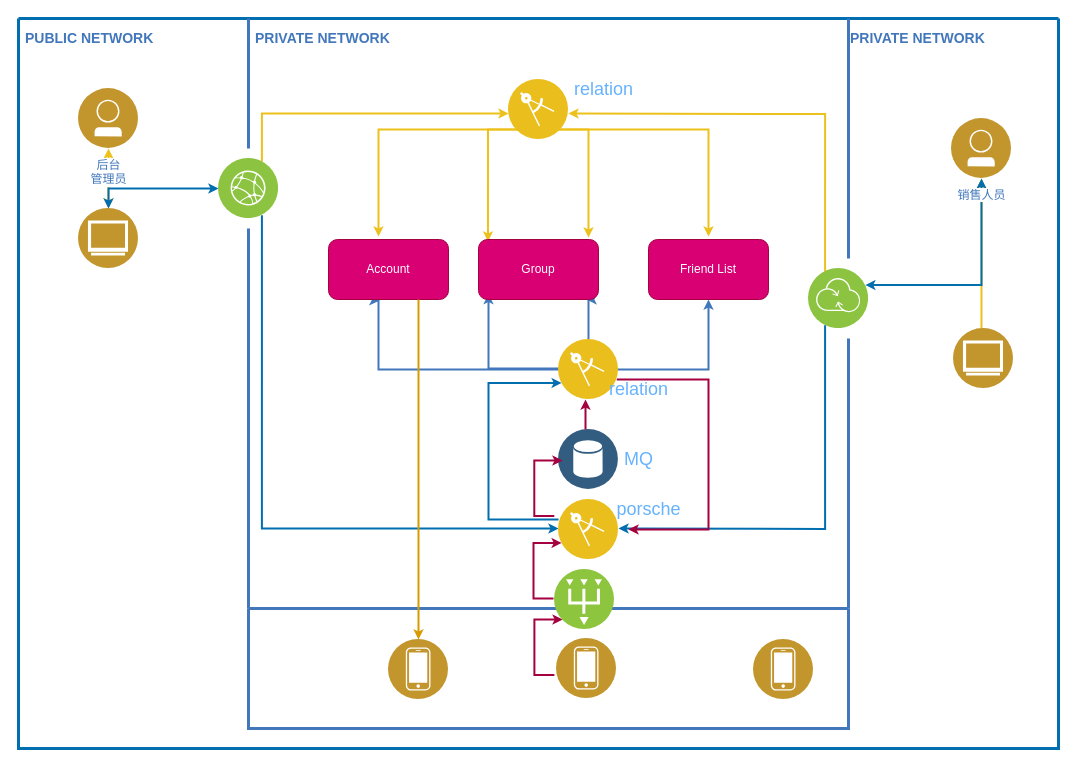
Above: craft/Untitled Diagram.drawio in feihu618/drawio (draw.io), before the change. Source tidied: cells renumbered, new cells numbered last; positions are measured from the earlier drawing's top-left corner, leaving out a move shared by most shapes. Both pictures are drawn from the tidied source at 100%, with x=0, y=0 at pixel (18, 18).
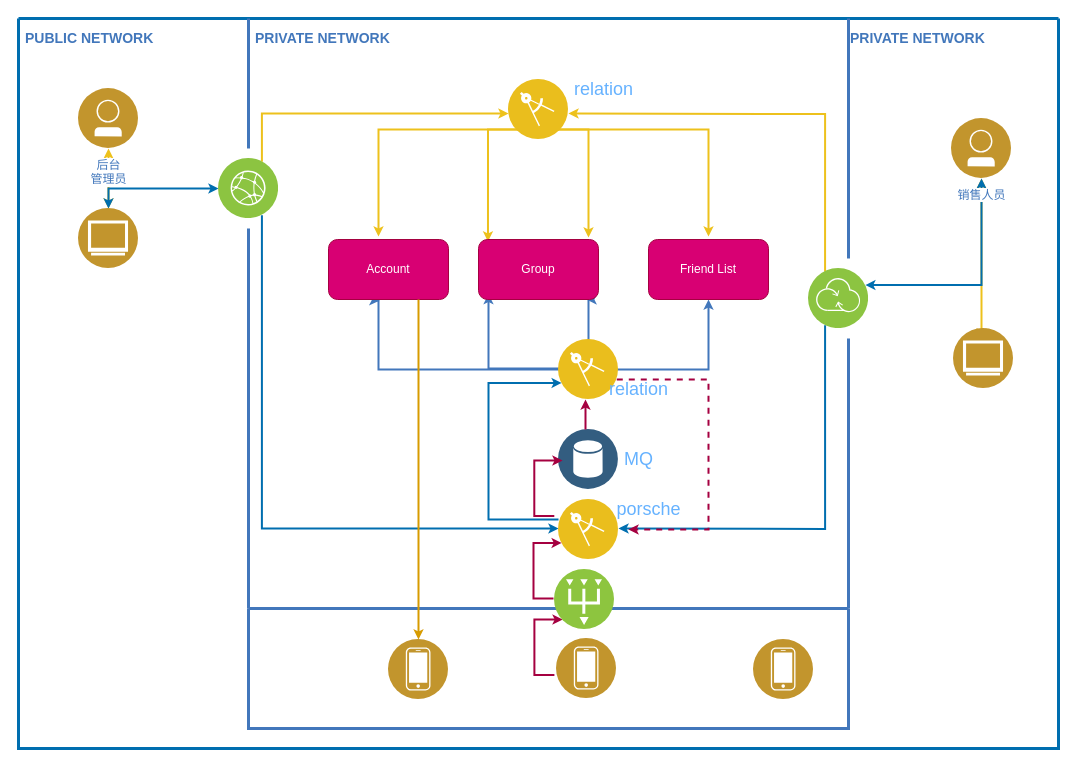
The same diagram, later.

Unchanged cells that the change refers to:
```xml
<mxCell id="2" style="swimlane;shadow=0;strokeColor=#006EAF;fillColor=#1ba1e2;fontColor=#ffffff;align=right;startSize=0;noLabel=1;strokeWidth=3;" parent="1" vertex="1">
  <mxGeometry width="1040" height="730" as="geometry" />
</mxCell>
<mxCell id="35" style="perimeter=ellipsePerimeter;html=1;align=center;shadow=0;dashed=0;fontColor=#4277BB;labelBackgroundColor=#ffffff;fontSize=12;spacingTop=3;image;image=img/lib/ibm/applications/enterprise_applications.svg;" parent="2" vertex="1">
  <mxGeometry x="540" y="321" width="60" height="60" as="geometry" />
</mxCell>
```

Change to the diagram source:
```diff
@@
-    <mxCell id="48" style="edgeStyle=orthogonalEdgeStyle;rounded=0;html=1;labelBackgroundColor=#ffffff;jettySize=auto;strokeColor=#A50040;fontColor=#000000;strokeWidth=2;endSize=4;startSize=4;fillColor=#d80073;" parent="2" edge="1" source="35">
+    <mxCell id="48" style="edgeStyle=orthogonalEdgeStyle;rounded=0;html=1;labelBackgroundColor=#ffffff;jettySize=auto;strokeColor=#A50040;fontColor=#000000;strokeWidth=2;endSize=4;startSize=4;fillColor=#d80073;dashed=1;" parent="2" edge="1" source="35">
       <mxGeometry relative="1" as="geometry">
         <mxPoint x="610" y="511" as="targetPoint" />
         <Array as="points">
           <mxPoint x="690" y="361" />
           <mxPoint x="690" y="511" />
         </Array>
       </mxGeometry>
     </mxCell>
```
